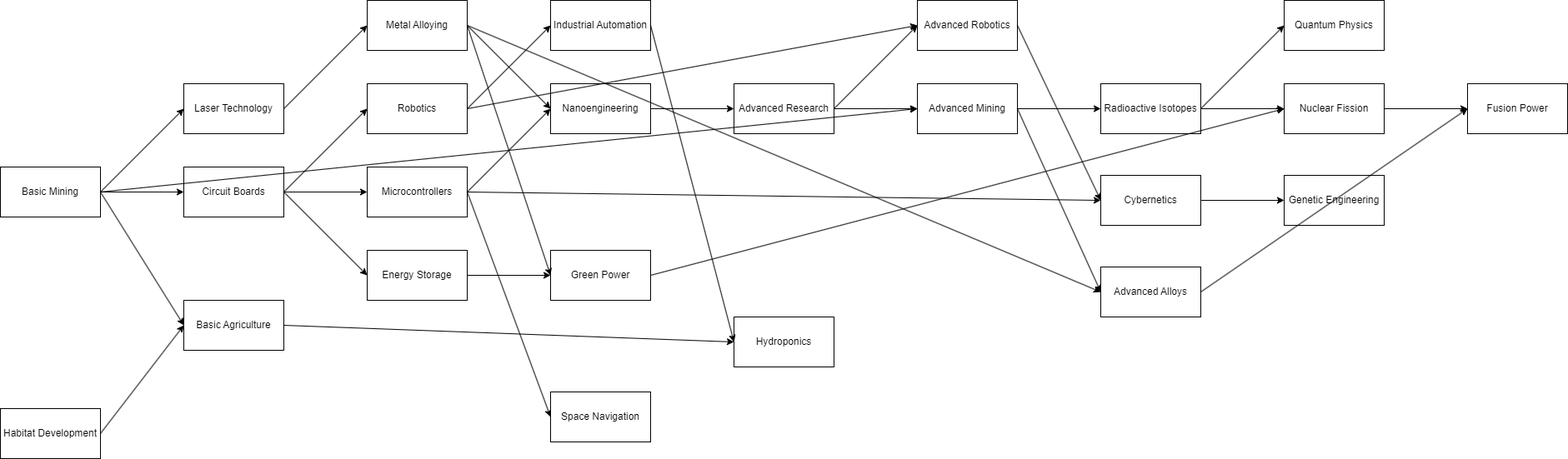
The draw.io diagram Assets/Dev/GFedInnovations.png in RussianDraco/GalacticFederation, before a commit. Source tidied: cells renumbered, new cells last; positions are measured from the earlier drawing's top-left corner, leaving out a move shared by most shapes.
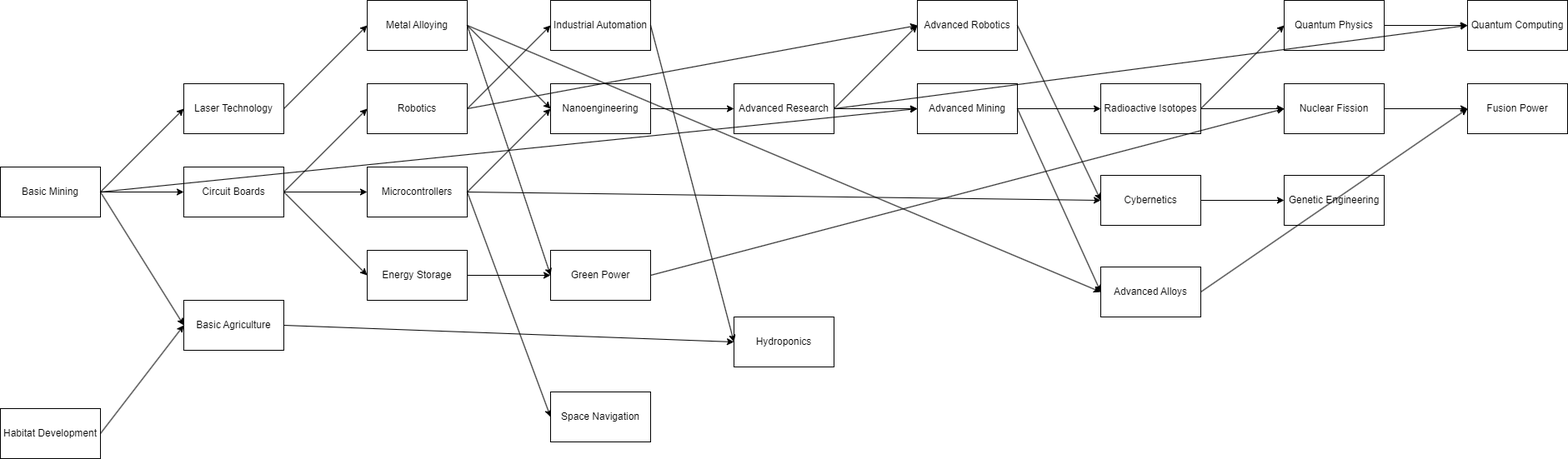
After the change.

Diff of the diagram source:
```diff
@@ -2,7 +2,7 @@
   <root>
     <mxCell id="0" />
     <mxCell id="1" parent="0" />
-    <mxCell id="2" style="curved=1;startArrow=none;endArrow=block;exitX=1;exitY=0.5;entryX=0;entryY=0.5;" parent="1" edge="1" source="x">
+    <mxCell id="2" style="curved=1;startArrow=none;endArrow=block;exitX=1;exitY=0.5;entryX=0;entryY=0.5;" parent="1" edge="1">
       <mxGeometry relative="1" as="geometry">
         <mxPoint x="1386" as="targetPoint" />
       </mxGeometry>
@@ -202,5 +202,16 @@
     <mxCell id="58" style="endArrow=classic;html=1;rounded=0;exitX=1;exitY=0.5;exitDx=0;exitDy=0;entryX=0;entryY=0.5;entryDx=0;entryDy=0;" parent="1" edge="1" source="53" target="57">
       <mxGeometry relative="1" as="geometry" />
     </mxCell>
+    <mxCell id="59" style="endArrow=classic;html=1;rounded=0;exitX=1;exitY=0.5;exitDx=0;exitDy=0;entryX=0;entryY=0.5;entryDx=0;entryDy=0;" parent="1" edge="1" target="60">
+      <mxGeometry relative="1" as="geometry">
+        <mxPoint x="1660" y="133" as="sourcePoint" />
+      </mxGeometry>
+    </mxCell>
+    <mxCell id="60" value="Quantum Computing" style="rounded=0;whiteSpace=wrap;html=1;" parent="1" vertex="1">
+      <mxGeometry x="1760" y="103" width="120" height="60" as="geometry" />
+    </mxCell>
+    <mxCell id="61" style="endArrow=classic;html=1;rounded=0;exitX=1;exitY=0.5;exitDx=0;exitDy=0;entryX=0;entryY=0.5;entryDx=0;entryDy=0;" parent="1" edge="1" source="35" target="60">
+      <mxGeometry relative="1" as="geometry" />
+    </mxCell>
   </root>
 </mxGraphModel>
```
